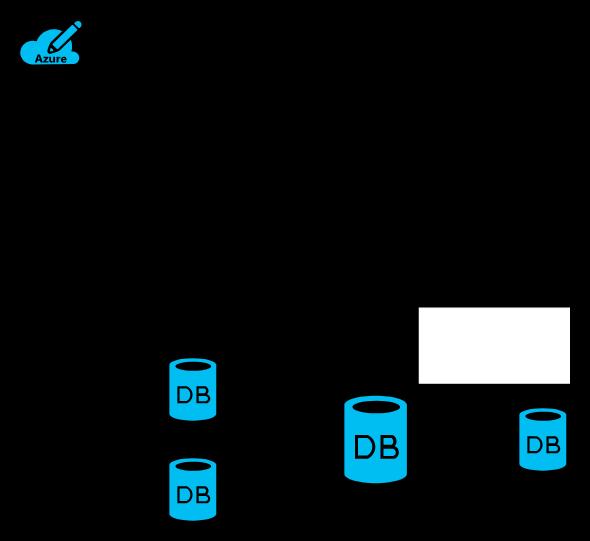
Above: Untitled Diagram.drawio in copperpaladin/capstone (draw.io), before the change. Source tidied: cells renumbered, new cells numbered last; positions are measured from the earlier drawing's top-left corner, leaving out a move shared by most shapes. Both pictures are drawn from the tidied source at 125%, with x=0, y=0 at pixel (19, 20).
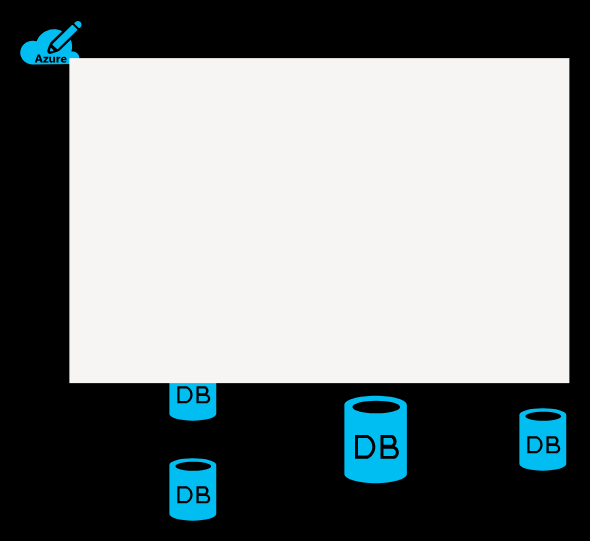
The same page after the edit.

What changed in the source:
```diff
@@
 <mxGraphModel background="#000000">
   <root>
     <mxCell id="0" />
     <mxCell id="1" parent="0" />
     <mxCell id="2" style="verticalLabelPosition=bottom;html=1;verticalAlign=top;align=center;strokeColor=none;fillColor=#00BEF2;shape=mxgraph.azure.azure_subscription;" parent="1" vertex="1">
       <mxGeometry width="50" height="35" as="geometry" />
     </mxCell>
     <mxCell id="3" style="verticalLabelPosition=bottom;html=1;verticalAlign=top;align=center;strokeColor=none;fillColor=#00BEF2;shape=mxgraph.azure.database;" parent="1" vertex="1">
       <mxGeometry x="120" y="350" width="37.5" height="50" as="geometry" />
     </mxCell>
     <mxCell id="4" style="verticalLabelPosition=bottom;html=1;verticalAlign=top;align=center;strokeColor=none;fillColor=#00BEF2;shape=mxgraph.azure.database;" parent="1" vertex="1">
       <mxGeometry x="120" y="270" width="37.5" height="50" as="geometry" />
     </mxCell>
     <mxCell id="5" style="verticalLabelPosition=bottom;html=1;verticalAlign=top;align=center;strokeColor=none;fillColor=#00BEF2;shape=mxgraph.azure.database;" parent="1" vertex="1">
       <mxGeometry x="400" y="310" width="37.5" height="50" as="geometry" />
     </mxCell>
     <mxCell id="6" style="verticalLabelPosition=bottom;html=1;verticalAlign=top;align=center;strokeColor=none;fillColor=#00BEF2;shape=mxgraph.azure.database;fontFamily=Times New Roman;" parent="1" vertex="1">
       <mxGeometry x="260" y="300" width="50" height="70" as="geometry" />
     </mxCell>
-    <mxCell id="7" style="rounded=0;whiteSpace=wrap;html=1;strokeColor=#ffffff;" parent="1" vertex="1">
-      <mxGeometry x="320" y="230" width="120" height="60" as="geometry" />
+    <mxCell id="7" style="rounded=0;whiteSpace=wrap;html=1;strokeColor=#00000;fillStyle=auto;fillColor=#f6f5f4;" parent="1" vertex="1">
+      <mxGeometry x="40" y="30" width="400" height="260" as="geometry" />
     </mxCell>
   </root>
 </mxGraphModel>
```
